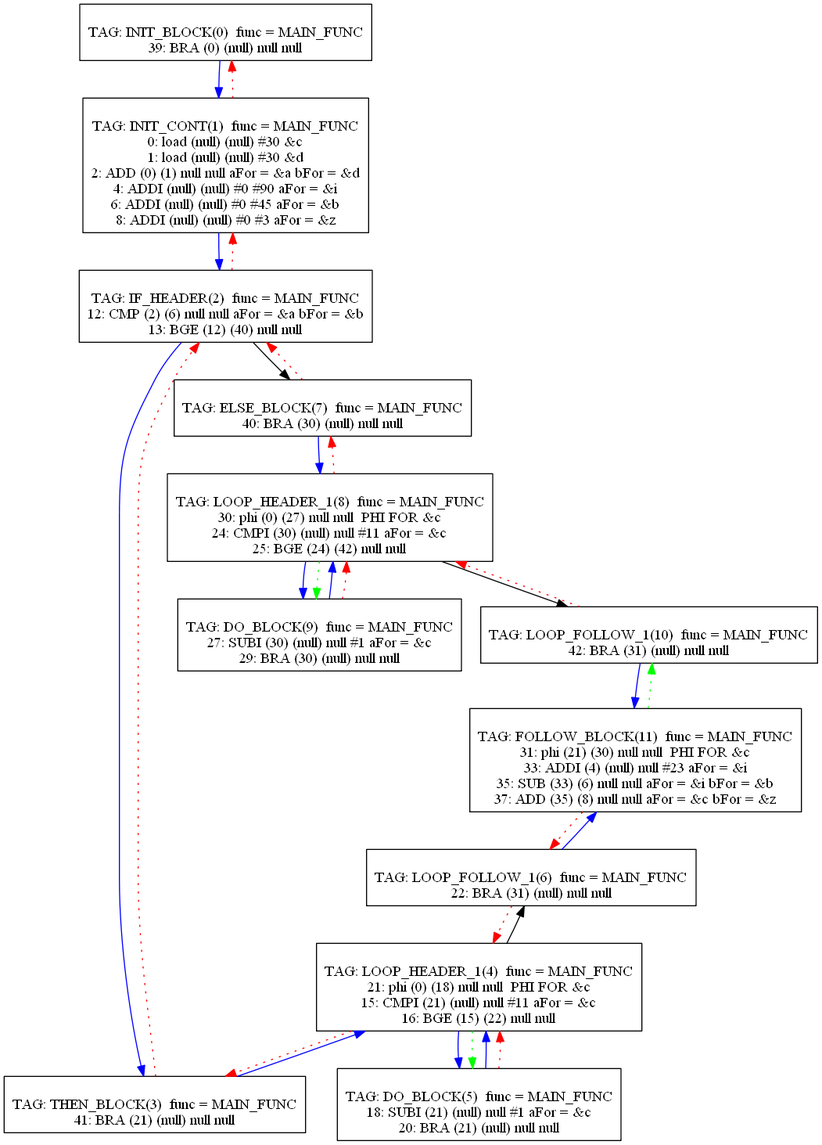
Earlier version of the Graphviz export Compiler/graph.png (mbajaj92/Project-Astoria). Its source is kept beside it as Compiler/graph.dot.
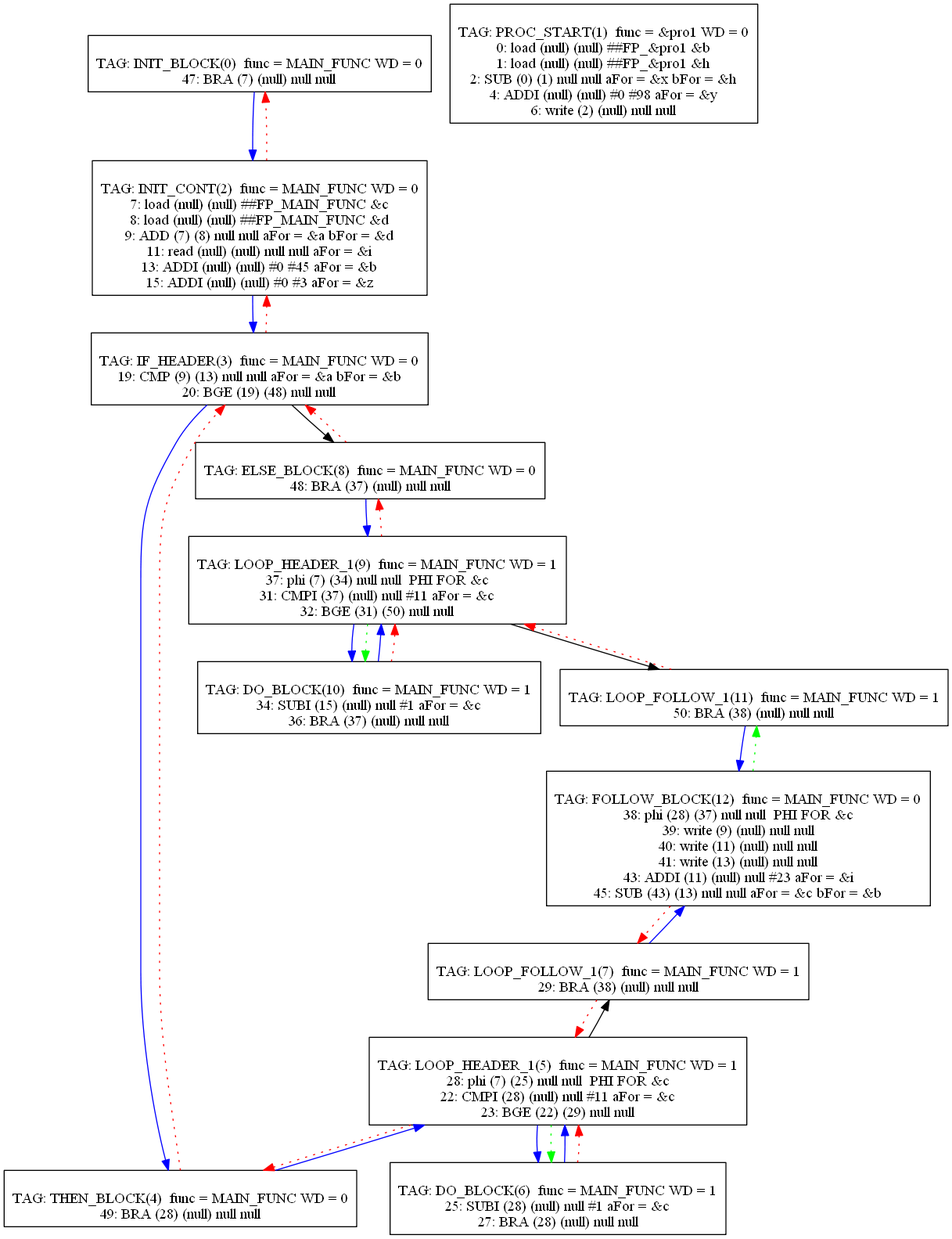
Above is the later version.

What changed in the source:
```diff
@@ -1,105 +1,116 @@
 digraph {
 0[label="
-TAG: INIT_BLOCK(0)  func = MAIN_FUNC
-39: BRA (0) (null) null null
+TAG: INIT_BLOCK(0)  func = MAIN_FUNC WD = 0
+47: BRA (7) (null) null null
 "];
 0[shape=box];
-0 -> 1[color=blue]
+0 -> 2[color=blue]
 1[label="
-TAG: INIT_CONT(1)  func = MAIN_FUNC
-0: load (null) (null) #30 &c
-1: load (null) (null) #30 &d
-2: ADD (0) (1) null null aFor = &a bFor = &d
-4: ADDI (null) (null) #0 #90 aFor = &i
-6: ADDI (null) (null) #0 #45 aFor = &b
-8: ADDI (null) (null) #0 #3 aFor = &z
+TAG: PROC_START(1)  func = &pro1 WD = 0
+0: load (null) (null) ##FP_&pro1 &b
+1: load (null) (null) ##FP_&pro1 &h
+2: SUB (0) (1) null null aFor = &x bFor = &h
+4: ADDI (null) (null) #0 #98 aFor = &y
+6: write (2) (null) null null
 "];
 1[shape=box];
-1 -> 2[color=blue]
-1 -> 0[color=red][style=dotted]
 2[label="
-TAG: IF_HEADER(2)  func = MAIN_FUNC
-12: CMP (2) (6) null null aFor = &a bFor = &b
-13: BGE (12) (40) null null
+TAG: INIT_CONT(2)  func = MAIN_FUNC WD = 0
+7: load (null) (null) ##FP_MAIN_FUNC &c
+8: load (null) (null) ##FP_MAIN_FUNC &d
+9: ADD (7) (8) null null aFor = &a bFor = &d
+11: read (null) (null) null null aFor = &i
+13: ADDI (null) (null) #0 #45 aFor = &b
+15: ADDI (null) (null) #0 #3 aFor = &z
 "];
 2[shape=box];
 2 -> 3[color=blue]
-2 -> 7[color=black]
-2 -> 1[color=red][style=dotted]
+2 -> 0[color=red][style=dotted]
 3[label="
-TAG: THEN_BLOCK(3)  func = MAIN_FUNC
-41: BRA (21) (null) null null
+TAG: IF_HEADER(3)  func = MAIN_FUNC WD = 0
+19: CMP (9) (13) null null aFor = &a bFor = &b
+20: BGE (19) (48) null null
 "];
 3[shape=box];
 3 -> 4[color=blue]
+3 -> 8[color=black]
 3 -> 2[color=red][style=dotted]
 4[label="
-TAG: LOOP_HEADER_1(4)  func = MAIN_FUNC
-21: phi (0) (18) null null  PHI FOR &c
-15: CMPI (21) (null) null #11 aFor = &c
-16: BGE (15) (22) null null
+TAG: THEN_BLOCK(4)  func = MAIN_FUNC WD = 0
+49: BRA (28) (null) null null
 "];
 4[shape=box];
 4 -> 5[color=blue]
-4 -> 6[color=black]
 4 -> 3[color=red][style=dotted]
-4 -> 5[color=green][style=dotted]
 5[label="
-TAG: DO_BLOCK(5)  func = MAIN_FUNC
-18: SUBI (21) (null) null #1 aFor = &c
-20: BRA (21) (null) null null
+TAG: LOOP_HEADER_1(5)  func = MAIN_FUNC WD = 1
+28: phi (7) (25) null null  PHI FOR &c
+22: CMPI (28) (null) null #11 aFor = &c
+23: BGE (22) (29) null null
 "];
 5[shape=box];
-5 -> 4[color=blue]
+5 -> 6[color=blue]
+5 -> 7[color=black]
 5 -> 4[color=red][style=dotted]
+5 -> 6[color=green][style=dotted]
 6[label="
-TAG: LOOP_FOLLOW_1(6)  func = MAIN_FUNC
-22: BRA (31) (null) null null
+TAG: DO_BLOCK(6)  func = MAIN_FUNC WD = 1
+25: SUBI (28) (null) null #1 aFor = &c
+27: BRA (28) (null) null null
 "];
 6[shape=box];
-6 -> 11[color=blue]
-6 -> 4[color=red][style=dotted]
+6 -> 5[color=blue]
+6 -> 5[color=red][style=dotted]
 7[label="
-TAG: ELSE_BLOCK(7)  func = MAIN_FUNC
-40: BRA (30) (null) null null
+TAG: LOOP_FOLLOW_1(7)  func = MAIN_FUNC WD = 1
+29: BRA (38) (null) null null
 "];
 7[shape=box];
-7 -> 8[color=blue]
-7 -> 2[color=red][style=dotted]
+7 -> 12[color=blue]
+7 -> 5[color=red][style=dotted]
 8[label="
-TAG: LOOP_HEADER_1(8)  func = MAIN_FUNC
-30: phi (0) (27) null null  PHI FOR &c
-24: CMPI (30) (null) null #11 aFor = &c
-25: BGE (24) (42) null null
+TAG: ELSE_BLOCK(8)  func = MAIN_FUNC WD = 0
+48: BRA (37) (null) null null
 "];
 8[shape=box];
 8 -> 9[color=blue]
-8 -> 10[color=black]
-8 -> 7[color=red][style=dotted]
-8 -> 9[color=green][style=dotted]
+8 -> 3[color=red][style=dotted]
 9[label="
-TAG: DO_BLOCK(9)  func = MAIN_FUNC
-27: SUBI (30) (null) null #1 aFor = &c
-29: BRA (30) (null) null null
+TAG: LOOP_HEADER_1(9)  func = MAIN_FUNC WD = 1
+37: phi (7) (34) null null  PHI FOR &c
+31: CMPI (37) (null) null #11 aFor = &c
+32: BGE (31) (50) null null
 "];
 9[shape=box];
-9 -> 8[color=blue]
+9 -> 10[color=blue]
+9 -> 11[color=black]
 9 -> 8[color=red][style=dotted]
+9 -> 10[color=green][style=dotted]
 10[label="
-TAG: LOOP_FOLLOW_1(10)  func = MAIN_FUNC
-42: BRA (31) (null) null null
+TAG: DO_BLOCK(10)  func = MAIN_FUNC WD = 1
+34: SUBI (15) (null) null #1 aFor = &c
+36: BRA (37) (null) null null
 "];
 10[shape=box];
-10 -> 11[color=blue]
-10 -> 8[color=red][style=dotted]
+10 -> 9[color=blue]
+10 -> 9[color=red][style=dotted]
 11[label="
-TAG: FOLLOW_BLOCK(11)  func = MAIN_FUNC
-31: phi (21) (30) null null  PHI FOR &c
-33: ADDI (4) (null) null #23 aFor = &i
-35: SUB (33) (6) null null aFor = &i bFor = &b
-37: ADD (35) (8) null null aFor = &c bFor = &z
+TAG: LOOP_FOLLOW_1(11)  func = MAIN_FUNC WD = 1
+50: BRA (38) (null) null null
 "];
 11[shape=box];
-11 -> 6[color=red][style=dotted]
-11 -> 10[color=green][style=dotted]
+11 -> 12[color=blue]
+11 -> 9[color=red][style=dotted]
+12[label="
+TAG: FOLLOW_BLOCK(12)  func = MAIN_FUNC WD = 0
+38: phi (28) (37) null null  PHI FOR &c
+39: write (9) (null) null null
+40: write (11) (null) null null
+41: write (13) (null) null null
+43: ADDI (11) (null) null #23 aFor = &i
+45: SUB (43) (13) null null aFor = &c bFor = &b
+"];
+12[shape=box];
+12 -> 7[color=red][style=dotted]
+12 -> 11[color=green][style=dotted]
 }
```
